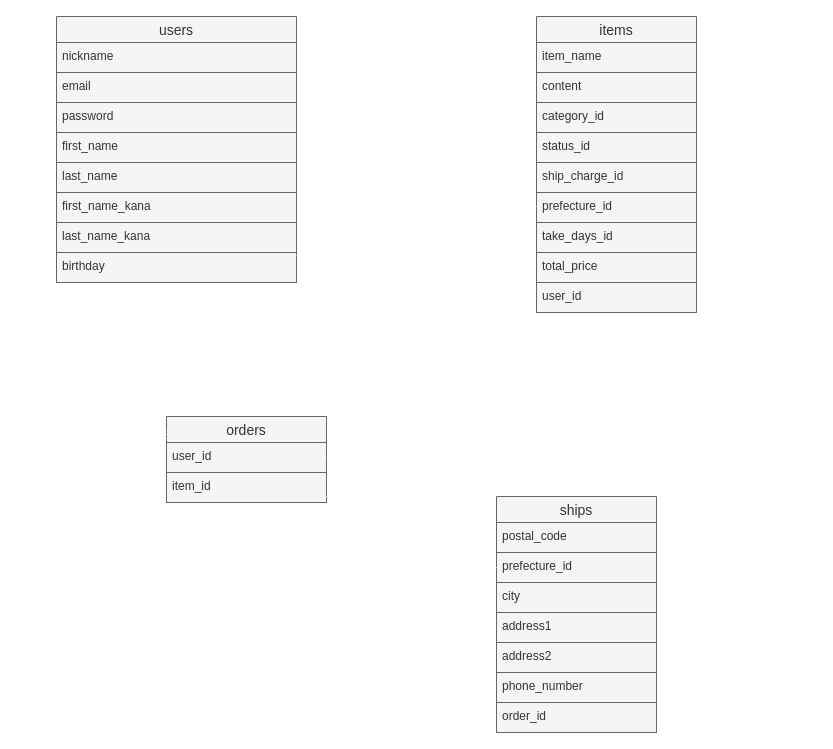
Before: draw.dio in takeshi1004/furima-38116, a draw.io diagram. Source tidied: cells renumbered, new cells numbered last; positions are measured from the earlier drawing's top-left corner, leaving out a move shared by most shapes. Both pictures are drawn from the tidied source at 100%, with x=0, y=0 at pixel (56, 16).
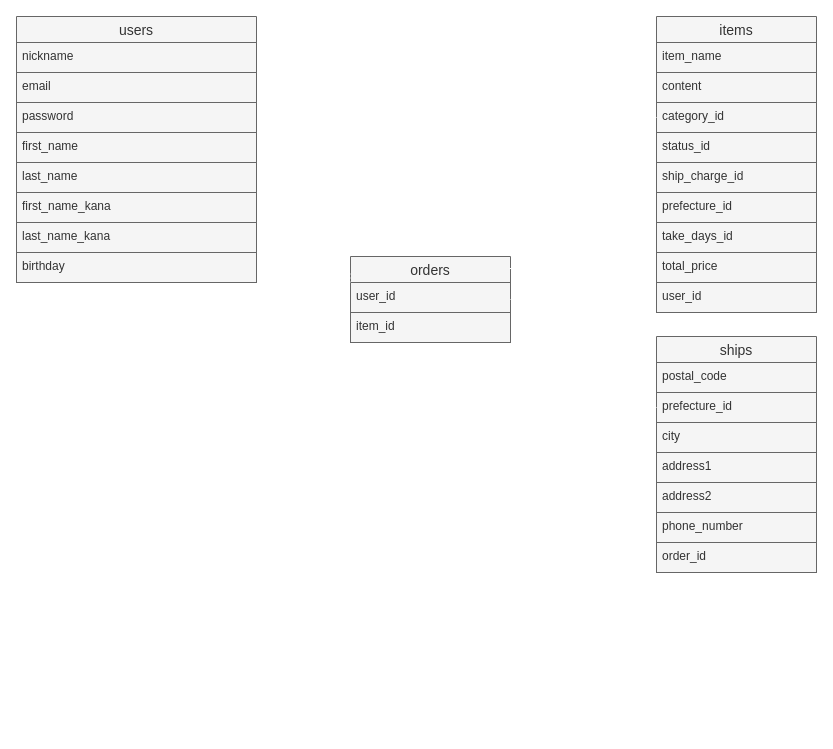
The same page after the edit.

Commit message (it also covers changes not shown here):
データベース修正その２

Unchanged cells that the change refers to:
```xml
<mxCell id="5" value="email" style="text;strokeColor=#666666;fillColor=#f5f5f5;spacingLeft=4;spacingRight=4;overflow=hidden;points=[[0,0.5],[1,0.5]];portConstraint=eastwest;fontSize=12;fontColor=#333333;" parent="3" vertex="1">
  <mxGeometry y="56" width="240" height="30" as="geometry" />
</mxCell>
<mxCell id="11" value="birthday" style="text;strokeColor=#666666;fillColor=#f5f5f5;spacingLeft=4;spacingRight=4;overflow=hidden;points=[[0,0.5],[1,0.5]];portConstraint=eastwest;fontSize=12;fontColor=#333333;" parent="3" vertex="1">
  <mxGeometry y="236" width="240" height="30" as="geometry" />
</mxCell>
<mxCell id="13" value="item_name" style="text;strokeColor=#666666;fillColor=#f5f5f5;spacingLeft=4;spacingRight=4;overflow=hidden;points=[[0,0.5],[1,0.5]];portConstraint=eastwest;fontSize=12;fontColor=#333333;" parent="12" vertex="1">
  <mxGeometry y="26" width="160" height="30" as="geometry" />
</mxCell>
<mxCell id="15" value="category_id" style="text;strokeColor=#666666;fillColor=#f5f5f5;spacingLeft=4;spacingRight=4;overflow=hidden;points=[[0,0.5],[1,0.5]];portConstraint=eastwest;fontSize=12;fontColor=#333333;" parent="12" vertex="1">
  <mxGeometry y="86" width="160" height="30" as="geometry" />
</mxCell>
<mxCell id="23" value="user_id" style="text;strokeColor=#666666;fillColor=#f5f5f5;spacingLeft=4;spacingRight=4;overflow=hidden;points=[[0,0.5],[1,0.5]];portConstraint=eastwest;fontSize=12;fontColor=#333333;" parent="22" vertex="1">
  <mxGeometry y="26" width="160" height="30" as="geometry" />
</mxCell>
<mxCell id="28" value="prefecture_id" style="text;strokeColor=#666666;fillColor=#f5f5f5;spacingLeft=4;spacingRight=4;overflow=hidden;points=[[0,0.5],[1,0.5]];portConstraint=eastwest;fontSize=12;fontColor=#333333;" parent="26" vertex="1">
  <mxGeometry y="56" width="160" height="30" as="geometry" />
</mxCell>
```

Change to the diagram source:
```diff
@@
-    <mxCell id="2" style="edgeStyle=entityRelationEdgeStyle;fontSize=12;html=1;endArrow=ERmany;exitX=1.008;exitY=0.867;exitDx=0;exitDy=0;exitPerimeter=0;entryX=-0.012;entryY=0.867;entryDx=0;entryDy=0;entryPerimeter=0;endFill=0;startArrow=ERone;startFill=0;fillColor=#f5f5f5;strokeColor=#FFFFFF;" parent="1" edge="1" source="5" target="13">
+    <mxCell id="2" style="edgeStyle=entityRelationEdgeStyle;fontSize=12;html=1;endArrow=ERmany;exitX=0.996;exitY=0.038;exitDx=0;exitDy=0;entryX=-0.006;entryY=0.037;entryDx=0;entryDy=0;entryPerimeter=0;endFill=0;startArrow=ERone;startFill=0;fillColor=#f5f5f5;strokeColor=#FFFFFF;exitPerimeter=0;" parent="1" edge="1" source="3" target="12">
       <mxGeometry relative="1" as="geometry" />
     </mxCell>
     <mxCell id="3" value="users" style="swimlane;fontStyle=0;horizontal=1;startSize=26;align=center;fontSize=14;fillColor=#f5f5f5;fontColor=#333333;strokeColor=#666666;" parent="1" vertex="1">
-      <mxGeometry width="240" height="266" as="geometry" />
+      <mxGeometry x="-40" width="240" height="266" as="geometry" />
     </mxCell>
@@
     <mxCell id="12" value="items" style="swimlane;fontStyle=0;horizontal=1;startSize=26;align=center;fontSize=14;fillColor=#f5f5f5;fontColor=#333333;strokeColor=#666666;" parent="1" vertex="1">
-      <mxGeometry x="480" width="160" height="296" as="geometry" />
+      <mxGeometry x="600" width="160" height="296" as="geometry" />
     </mxCell>
@@
     <mxCell id="22" value="orders" style="swimlane;fontStyle=0;horizontal=1;startSize=26;align=center;fontSize=14;fillColor=#f5f5f5;fontColor=#333333;strokeColor=#666666;" parent="1" vertex="1">
-      <mxGeometry x="110" y="400" width="160" height="86" as="geometry" />
+      <mxGeometry x="294" y="240" width="160" height="86" as="geometry" />
     </mxCell>
@@
-    <mxCell id="25" style="edgeStyle=entityRelationEdgeStyle;fontSize=12;html=1;endArrow=ERmany;exitX=1;exitY=0.1;exitDx=0;exitDy=0;exitPerimeter=0;startArrow=ERone;startFill=0;startSize=6;endSize=6;strokeWidth=1;jumpSize=6;strokeColor=#FFFFFF;" parent="1" edge="1" source="11">
-      <mxGeometry relative="1" as="geometry">
-        <mxPoint x="110" y="418" as="targetPoint" />
-      </mxGeometry>
+    <mxCell id="25" style="edgeStyle=entityRelationEdgeStyle;fontSize=12;html=1;endArrow=ERmany;exitX=1.004;exitY=0.3;exitDx=0;exitDy=0;exitPerimeter=0;startArrow=ERone;startFill=0;startSize=6;endSize=6;strokeWidth=1;jumpSize=6;strokeColor=#FFFFFF;entryX=0;entryY=0.25;entryDx=0;entryDy=0;" parent="1" edge="1" source="11" target="22">
+      <mxGeometry relative="1" as="geometry" />
     </mxCell>
     <mxCell id="26" value="ships" style="swimlane;fontStyle=0;horizontal=1;startSize=26;align=center;fontSize=14;fillColor=#f5f5f5;fontColor=#333333;strokeColor=#666666;" parent="1" vertex="1">
-      <mxGeometry x="440" y="480" width="160" height="236" as="geometry" />
+      <mxGeometry x="600" y="320" width="160" height="236" as="geometry" />
     </mxCell>
@@
-    <mxCell id="34" style="edgeStyle=entityRelationEdgeStyle;fontSize=12;html=1;endArrow=ERone;endFill=1;startSize=6;endSize=6;strokeWidth=1;jumpSize=6;entryX=0;entryY=0.5;entryDx=0;entryDy=0;startArrow=ERone;startFill=0;fillColor=#f5f5f5;strokeColor=#FFFFFF;" parent="1" edge="1" target="28">
-      <mxGeometry relative="1" as="geometry">
-        <mxPoint x="270" y="480" as="sourcePoint" />
-      </mxGeometry>
+    <mxCell id="34" style="edgeStyle=entityRelationEdgeStyle;fontSize=12;html=1;endArrow=ERone;endFill=1;startSize=6;endSize=6;strokeWidth=1;jumpSize=6;entryX=0;entryY=0.5;entryDx=0;entryDy=0;startArrow=ERone;startFill=0;fillColor=#f5f5f5;strokeColor=#FFFFFF;exitX=1;exitY=0.5;exitDx=0;exitDy=0;" parent="1" edge="1" source="22" target="28">
+      <mxGeometry relative="1" as="geometry" />
     </mxCell>
-    <mxCell id="35" style="edgeStyle=entityRelationEdgeStyle;fontSize=12;html=1;endArrow=ERone;endFill=1;startSize=6;endSize=6;strokeColor=#FFFFFF;strokeWidth=1;jumpSize=6;exitX=1;exitY=0.5;exitDx=0;exitDy=0;startArrow=ERone;startFill=0;" parent="1" edge="1" source="23">
-      <mxGeometry relative="1" as="geometry">
-        <mxPoint x="480" y="190" as="targetPoint" />
-      </mxGeometry>
+    <mxCell id="35" style="edgeStyle=entityRelationEdgeStyle;fontSize=12;html=1;endArrow=ERone;endFill=1;startSize=6;endSize=6;strokeColor=#FFFFFF;strokeWidth=1;jumpSize=6;exitX=0.994;exitY=0.14;exitDx=0;exitDy=0;startArrow=ERone;startFill=0;exitPerimeter=0;entryX=0;entryY=0.5;entryDx=0;entryDy=0;" parent="1" edge="1" source="22" target="15">
+      <mxGeometry relative="1" as="geometry" />
     </mxCell>
```
